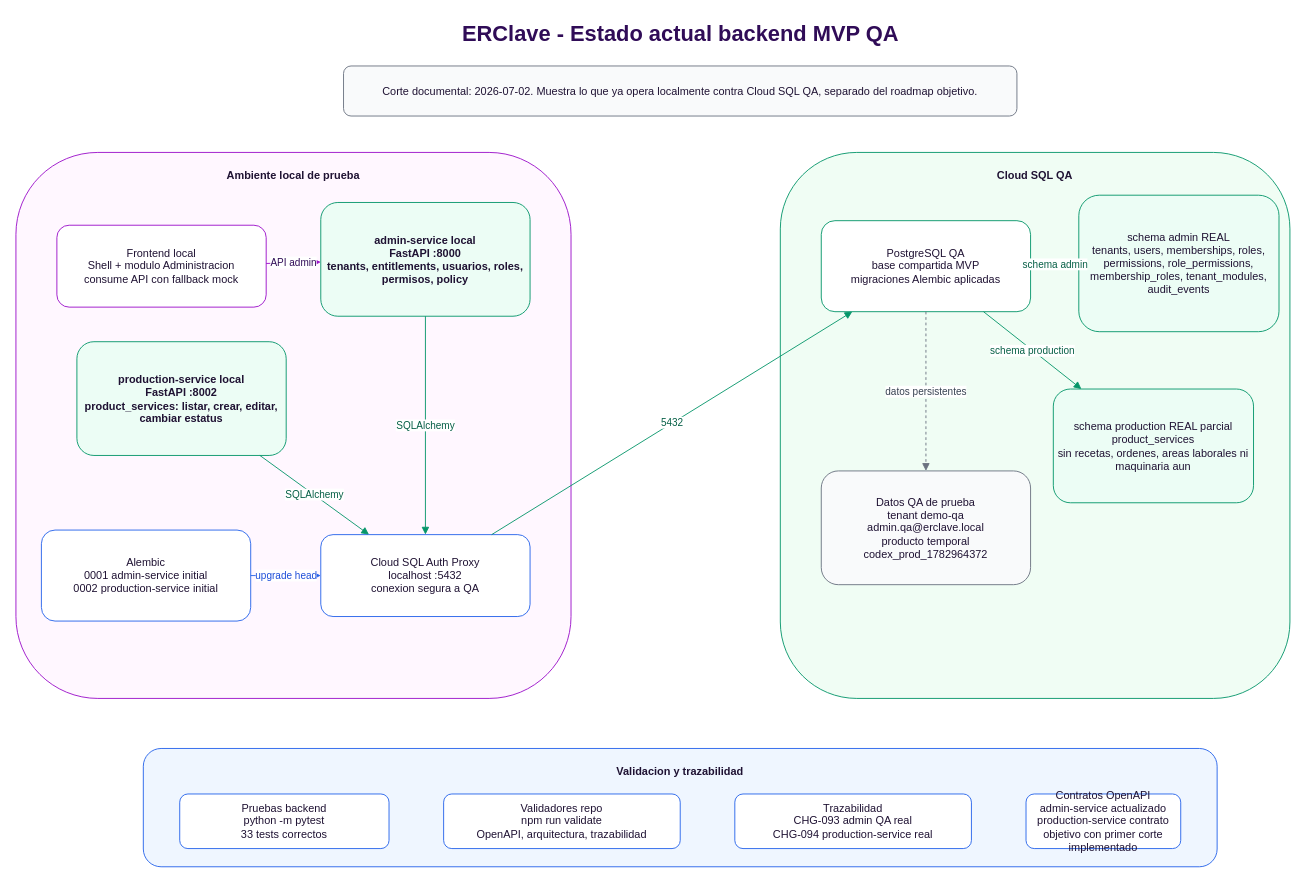
Above: docs/arquitectura/diagramas/estado_actual_backend_mvp.drawio in ChemaPsan/eslaclave-erclave (draw.io), before the change. Source tidied: cells renumbered, new cells numbered last; positions are measured from the earlier drawing's top-left corner, leaving out a move shared by most shapes. Both pictures are drawn from the tidied source at 91%, with x=0, y=0 at pixel (15, 15).
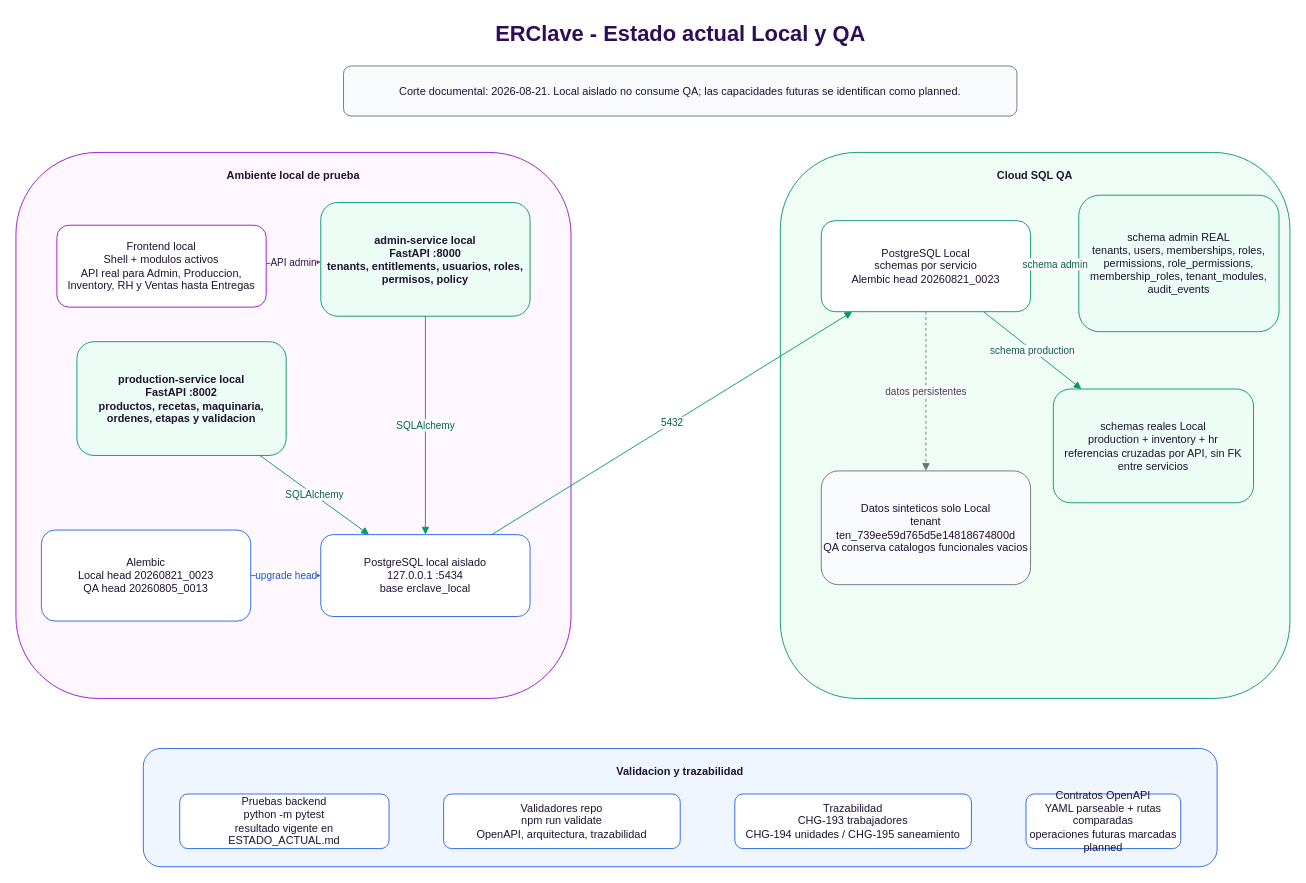
The same diagram, later.

What changed in the source:
```diff
@@
-    <mxCell id="2" value="ERClave - Estado actual backend MVP QA" style="text;html=1;strokeColor=none;fillColor=none;align=center;verticalAlign=middle;fontSize=24;fontStyle=1;fontColor=#300C57;" parent="1" vertex="1">
+    <mxCell id="2" value="ERClave - Estado actual Local y QA" style="text;html=1;strokeColor=none;fillColor=none;align=center;verticalAlign=middle;fontSize=24;fontStyle=1;fontColor=#300C57;" parent="1" vertex="1">
       <mxGeometry x="250" width="960" height="40" as="geometry" />
     </mxCell>
-    <mxCell id="3" value="Corte documental: 2026-07-02. Muestra lo que ya opera localmente contra Cloud SQL QA, separado del roadmap objetivo." style="rounded=1;whiteSpace=wrap;html=1;fillColor=#F9FAFB;strokeColor=#6B7280;fontColor=#1F1233;align=center;spacing=10;" parent="1" vertex="1">
+    <mxCell id="3" value="Corte documental: 2026-08-21. Local aislado no consume QA; las capacidades futuras se identifican como planned." style="rounded=1;whiteSpace=wrap;html=1;fillColor=#F9FAFB;strokeColor=#6B7280;fontColor=#1F1233;align=center;spacing=10;" parent="1" vertex="1">
       <mxGeometry x="360" y="55" width="740" height="55" as="geometry" />
     </mxCell>
@@
-    <mxCell id="7" value="Frontend local&#10;Shell + modulo Administracion&#10;consume API con fallback mock" style="rounded=1;whiteSpace=wrap;html=1;fillColor=#FFFFFF;strokeColor=#9B0FC9;fontColor=#1F1233;" parent="1" vertex="1">
+    <mxCell id="7" value="Frontend local&#10;Shell + modulos activos&#10;API real para Admin, Produccion, Inventory, RH y Ventas hasta Entregas" style="rounded=1;whiteSpace=wrap;html=1;fillColor=#FFFFFF;strokeColor=#9B0FC9;fontColor=#1F1233;" parent="1" vertex="1">
       <mxGeometry x="45" y="230" width="230" height="90" as="geometry" />
     </mxCell>
@@
-    <mxCell id="9" value="production-service local&#10;FastAPI :8002&#10;product_services: listar, crear, editar, cambiar estatus" style="rounded=1;whiteSpace=wrap;html=1;fillColor=#ECFDF5;strokeColor=#059669;fontColor=#1F1233;fontStyle=1;" parent="1" vertex="1">
+    <mxCell id="9" value="production-service local&#10;FastAPI :8002&#10;productos, recetas, maquinaria, ordenes, etapas y validacion" style="rounded=1;whiteSpace=wrap;html=1;fillColor=#ECFDF5;strokeColor=#059669;fontColor=#1F1233;fontStyle=1;" parent="1" vertex="1">
       <mxGeometry x="67" y="358" width="230" height="125" as="geometry" />
     </mxCell>
-    <mxCell id="10" value="Cloud SQL Auth Proxy&#10;localhost :5432&#10;conexion segura a QA" style="rounded=1;whiteSpace=wrap;html=1;fillColor=#FFFFFF;strokeColor=#2563EB;fontColor=#1F1233;" parent="1" vertex="1">
+    <mxCell id="10" value="PostgreSQL local aislado&#10;127.0.0.1 :5434&#10;base erclave_local" style="rounded=1;whiteSpace=wrap;html=1;fillColor=#FFFFFF;strokeColor=#2563EB;fontColor=#1F1233;" parent="1" vertex="1">
       <mxGeometry x="335" y="570" width="230" height="90" as="geometry" />
     </mxCell>
-    <mxCell id="11" value="PostgreSQL QA&#10;base compartida MVP&#10;migraciones Alembic aplicadas" style="rounded=1;whiteSpace=wrap;html=1;fillColor=#FFFFFF;strokeColor=#059669;fontColor=#1F1233;" parent="1" vertex="1">
+    <mxCell id="11" value="PostgreSQL Local&#10;schemas por servicio&#10;Alembic head 20260821_0023" style="rounded=1;whiteSpace=wrap;html=1;fillColor=#FFFFFF;strokeColor=#059669;fontColor=#1F1233;" parent="1" vertex="1">
       <mxGeometry x="885" y="225" width="230" height="100" as="geometry" />
     </mxCell>
@@
-    <mxCell id="13" value="schema production REAL parcial&#10;product_services&#10;sin recetas, ordenes, areas laborales ni maquinaria aun" style="rounded=1;whiteSpace=wrap;html=1;fillColor=#ECFDF5;strokeColor=#059669;fontColor=#1F1233;" parent="1" vertex="1">
+    <mxCell id="13" value="schemas reales Local&#10;production + inventory + hr&#10;referencias cruzadas por API, sin FK entre servicios" style="rounded=1;whiteSpace=wrap;html=1;fillColor=#ECFDF5;strokeColor=#059669;fontColor=#1F1233;" parent="1" vertex="1">
       <mxGeometry x="1140" y="410" width="220" height="125" as="geometry" />
     </mxCell>
-    <mxCell id="14" value="Datos QA de prueba&#10;tenant demo-qa&#10;admin.qa@erclave.local&#10;producto temporal codex_prod_1782964372" style="rounded=1;whiteSpace=wrap;html=1;fillColor=#F9FAFB;strokeColor=#6B7280;fontColor=#1F1233;" parent="1" vertex="1">
+    <mxCell id="14" value="Datos sinteticos solo Local&#10;tenant ten_739ee59d765d5e14818674800d&#10;QA conserva catalogos funcionales vacios" style="rounded=1;whiteSpace=wrap;html=1;fillColor=#F9FAFB;strokeColor=#6B7280;fontColor=#1F1233;" parent="1" vertex="1">
       <mxGeometry x="885" y="500" width="230" height="125" as="geometry" />
     </mxCell>
-    <mxCell id="15" value="Alembic&#10;0001 admin-service initial&#10;0002 production-service initial" style="rounded=1;whiteSpace=wrap;html=1;fillColor=#FFFFFF;strokeColor=#2563EB;fontColor=#1F1233;" parent="1" vertex="1">
+    <mxCell id="15" value="Alembic&#10;Local head 20260821_0023&#10;QA head 20260805_0013" style="rounded=1;whiteSpace=wrap;html=1;fillColor=#FFFFFF;strokeColor=#2563EB;fontColor=#1F1233;" parent="1" vertex="1">
       <mxGeometry x="28" y="565" width="230" height="100" as="geometry" />
     </mxCell>
-    <mxCell id="16" value="Pruebas backend&#10;python -m pytest&#10;33 tests correctos" style="rounded=1;whiteSpace=wrap;html=1;fillColor=#FFFFFF;strokeColor=#2563EB;fontColor=#1F1233;" parent="1" vertex="1">
+    <mxCell id="16" value="Pruebas backend&#10;python -m pytest&#10;resultado vigente en ESTADO_ACTUAL.md" style="rounded=1;whiteSpace=wrap;html=1;fillColor=#FFFFFF;strokeColor=#2563EB;fontColor=#1F1233;" parent="1" vertex="1">
       <mxGeometry x="180" y="855" width="230" height="60" as="geometry" />
     </mxCell>
@@
-    <mxCell id="18" value="Trazabilidad&#10;CHG-093 admin QA real&#10;CHG-094 production-service real" style="rounded=1;whiteSpace=wrap;html=1;fillColor=#FFFFFF;strokeColor=#2563EB;fontColor=#1F1233;" parent="1" vertex="1">
+    <mxCell id="18" value="Trazabilidad&#10;CHG-193 trabajadores&#10;CHG-194 unidades / CHG-195 saneamiento" style="rounded=1;whiteSpace=wrap;html=1;fillColor=#FFFFFF;strokeColor=#2563EB;fontColor=#1F1233;" parent="1" vertex="1">
       <mxGeometry x="790" y="855" width="260" height="60" as="geometry" />
     </mxCell>
-    <mxCell id="19" value="Contratos OpenAPI&#10;admin-service actualizado&#10;production-service contrato objetivo con primer corte implementado" style="rounded=1;whiteSpace=wrap;html=1;fillColor=#FFFFFF;strokeColor=#2563EB;fontColor=#1F1233;" parent="1" vertex="1">
+    <mxCell id="19" value="Contratos OpenAPI&#10;YAML parseable + rutas comparadas&#10;operaciones futuras marcadas planned" style="rounded=1;whiteSpace=wrap;html=1;fillColor=#FFFFFF;strokeColor=#2563EB;fontColor=#1F1233;" parent="1" vertex="1">
       <mxGeometry x="1110" y="855" width="170" height="60" as="geometry" />
     </mxCell>
```
